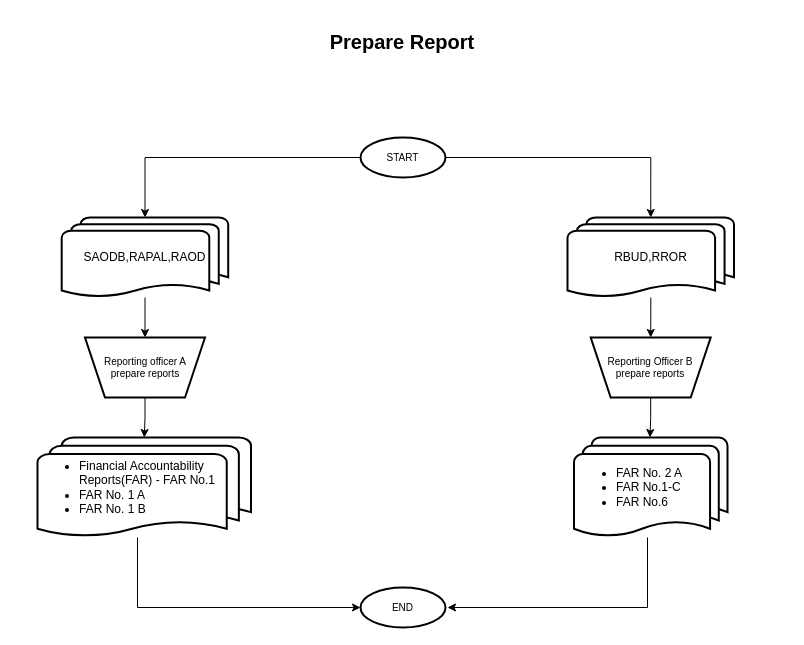
Above: page "Prepare Report" (2 of 5) of Preparations of Financial Accountability.drawio in johnpaul4474/FMO-budget (draw.io), before the change. Source tidied: cells renumbered, new cells numbered last; positions are measured from the earlier drawing's top-left corner, leaving out a move shared by most shapes. Both pictures are drawn from the tidied source at 100%, with x=0, y=0 at pixel (17, 27).
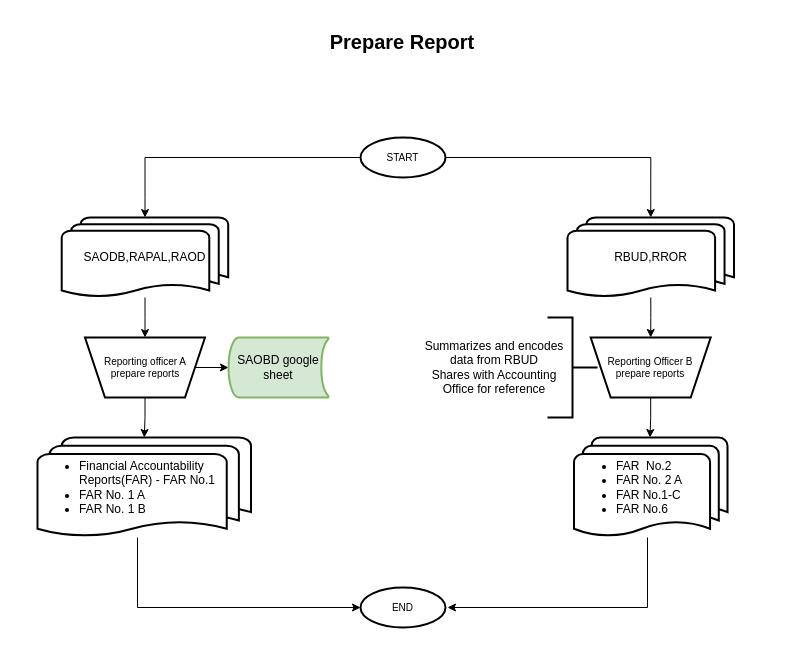
The same page after the edit.

The change refers to these unchanged cells:
```xml
<mxCell id="7" value="Reporting officer A prepare reports" style="shape=trapezoid;perimeter=trapezoidPerimeter;whiteSpace=wrap;html=1;fixedSize=1;fontSize=10;strokeWidth=2;direction=west;" parent="1" vertex="1">
  <mxGeometry x="67.5" y="310" width="120" height="60" as="geometry" />
</mxCell>
```

The edit, as a diff of the source:
```diff
@@
+    <mxCell id="19" style="edgeStyle=orthogonalEdgeStyle;rounded=0;jettySize=auto;html=1;" parent="1" edge="1" source="7" target="20">
+      <mxGeometry relative="1" as="geometry" />
+    </mxCell>
@@
-    <mxCell id="18" value="&lt;ul&gt;&lt;li&gt;FAR No. 2 A&lt;/li&gt;&lt;li&gt;FAR No.1-C&lt;/li&gt;&lt;li&gt;FAR No.6&lt;/li&gt;&lt;/ul&gt;" style="strokeWidth=2;html=1;shape=mxgraph.flowchart.multi-document;whiteSpace=wrap;align=left;" parent="1" vertex="1">
+    <mxCell id="18" value="&lt;ul&gt;&lt;li&gt;FAR&amp;nbsp; No.2&lt;/li&gt;&lt;li&gt;FAR No. 2 A&lt;/li&gt;&lt;li&gt;FAR No.1-C&lt;/li&gt;&lt;li&gt;FAR No.6&lt;/li&gt;&lt;/ul&gt;" style="strokeWidth=2;html=1;shape=mxgraph.flowchart.multi-document;whiteSpace=wrap;align=left;" parent="1" vertex="1">
       <mxGeometry x="556.5" y="410" width="153.5" height="100" as="geometry" />
     </mxCell>
+    <mxCell id="20" value="SAOBD google sheet" style="strokeWidth=2;html=1;shape=mxgraph.flowchart.stored_data;whiteSpace=wrap;fillColor=#d5e8d4;strokeColor=#82b366;" parent="1" vertex="1">
+      <mxGeometry x="211" y="310" width="100" height="60" as="geometry" />
+    </mxCell>
+    <mxCell id="21" value="Summarizes and encodes data from RBUD&lt;br&gt;Shares with Accounting Office for reference" style="text;html=1;strokeColor=none;fillColor=none;align=center;verticalAlign=middle;whiteSpace=wrap;rounded=0;" parent="1" vertex="1">
+      <mxGeometry x="396.5" y="295" width="160" height="90" as="geometry" />
+    </mxCell>
+    <mxCell id="22" style="strokeWidth=2;html=1;shape=mxgraph.flowchart.annotation_2;align=left;labelPosition=right;direction=west;rotation=0;" parent="1" vertex="1">
+      <mxGeometry x="530" y="290" width="50" height="100" as="geometry" />
+    </mxCell>
```
